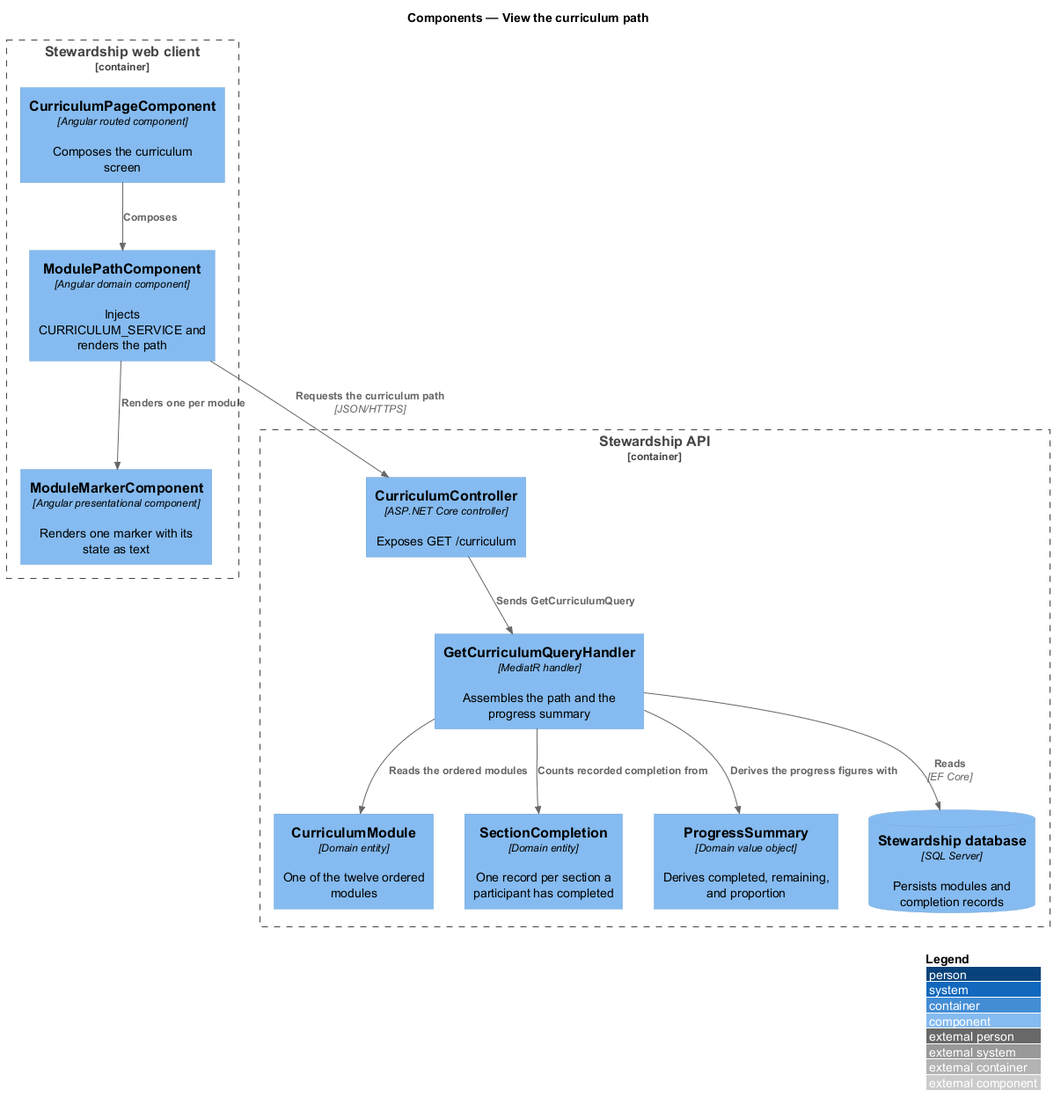
Before: docs/detailed-designs/curriculum/view-path/diagrams/c4-component.png, a diagram exported from PlantUML (QuinntyneBrown/quinntyne-brown-stewardship).
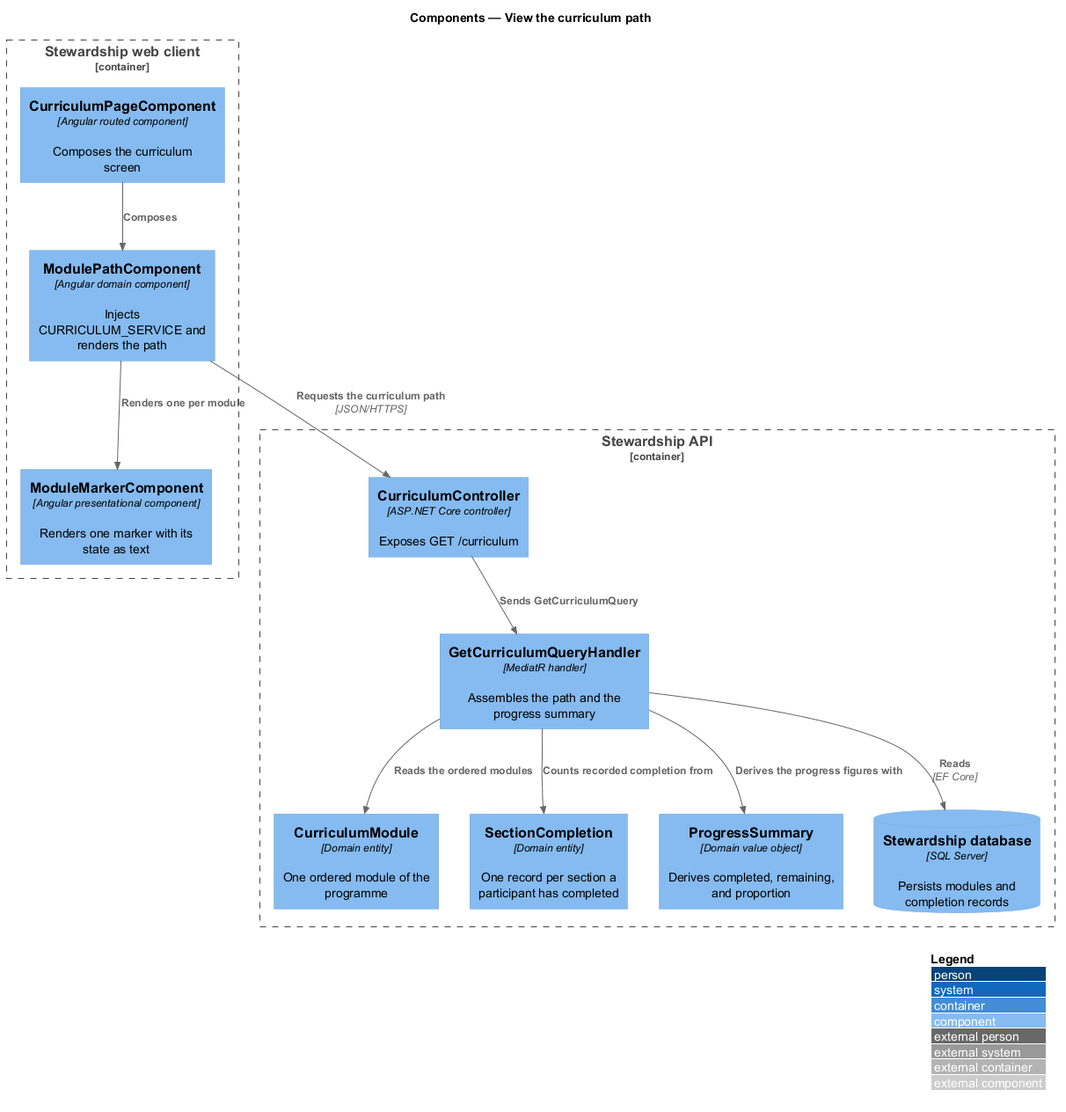
After the commit.

What changed in the source:
```diff
@@ -12,7 +12,7 @@
 Container_Boundary(api, "Stewardship API") {
   Component(controller, "CurriculumController", "ASP.NET Core controller", "Exposes GET /curriculum")
   Component(handler, "GetCurriculumQueryHandler", "MediatR handler", "Assembles the path and the progress summary")
-  Component(module, "CurriculumModule", "Domain entity", "One of the twelve ordered modules")
+  Component(module, "CurriculumModule", "Domain entity", "One ordered module of the programme")
   Component(completion, "SectionCompletion", "Domain entity", "One record per section a participant has completed")
   Component(summary, "ProgressSummary", "Domain value object", "Derives completed, remaining, and proportion")
   ComponentDb(db, "Stewardship database", "SQL Server", "Persists modules and completion records")
```
